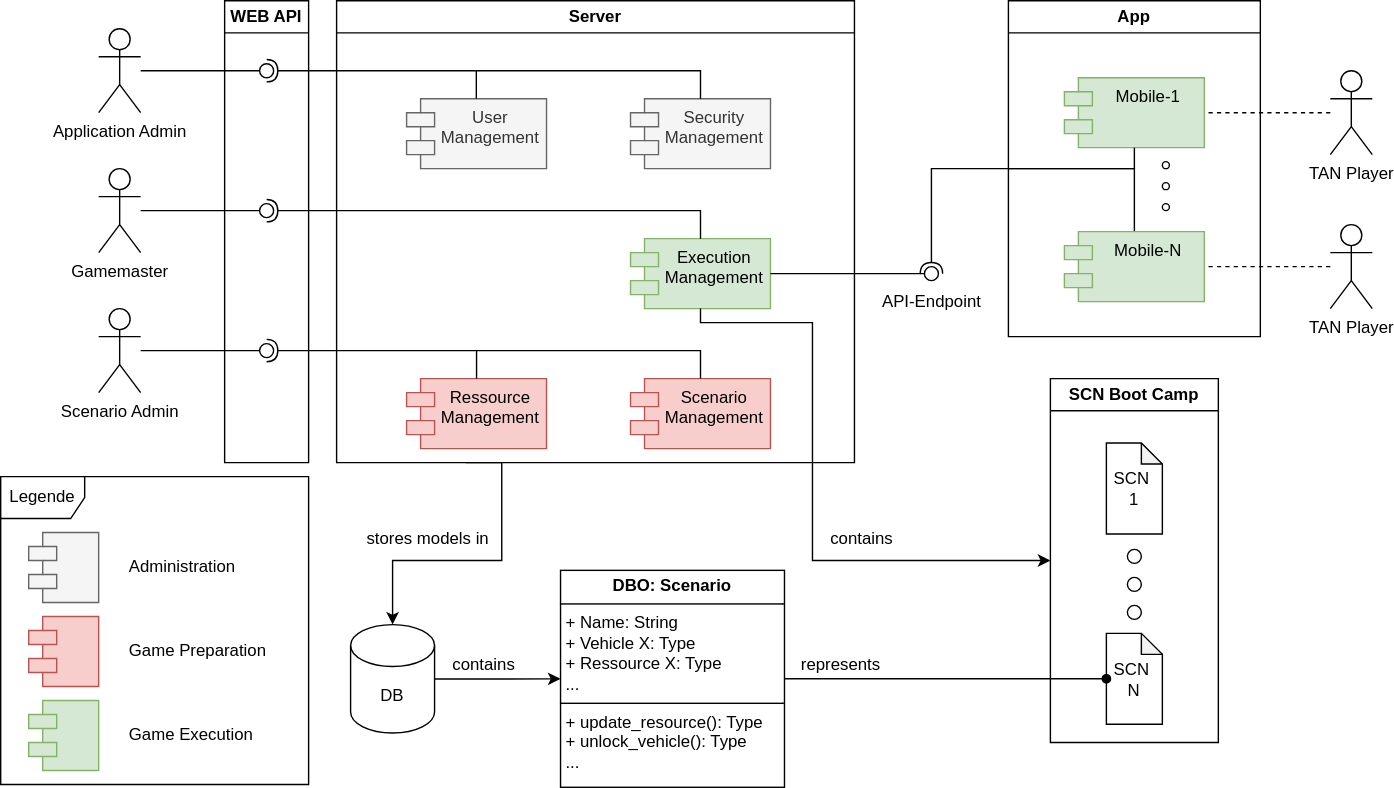
Earlier version of the draw.io export doc/server/component_diagram.svg (MANVSim/MANVSim). Source tidied: cells renumbered, new cells last; positions are measured from the earlier drawing's top-left corner, leaving out a move shared by most shapes.
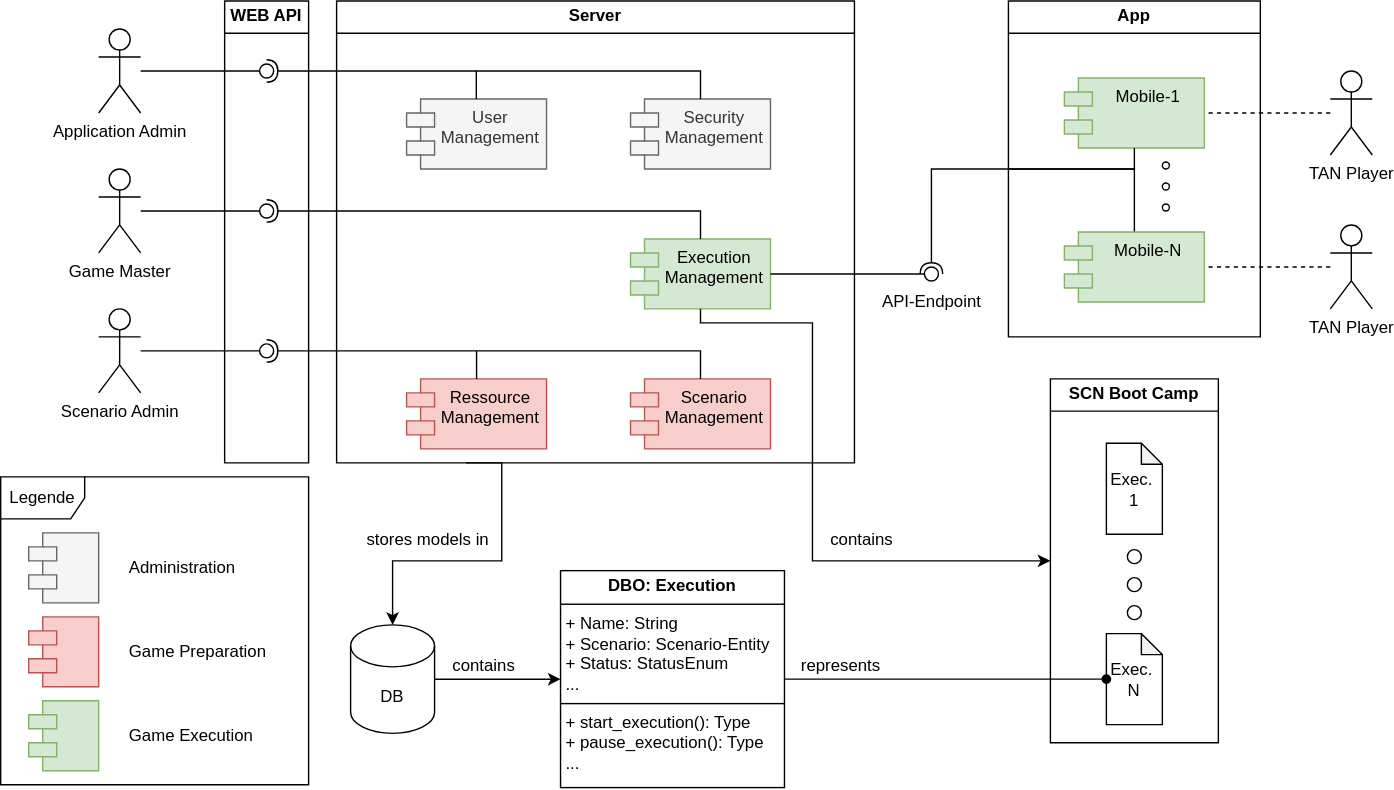
After the change.

Diff of the diagram source:
```diff
@@ -71,7 +71,7 @@
     <mxCell id="18" value="Execution Management" style="shape=module;align=left;spacingLeft=20;align=center;verticalAlign=top;whiteSpace=wrap;html=1;fillColor=#d5e8d4;strokeColor=#82b366;" parent="3" vertex="1">
       <mxGeometry x="210" y="170" width="100" height="50" as="geometry" />
     </mxCell>
-    <mxCell id="19" value="Gamemaster" style="shape=umlActor;verticalLabelPosition=bottom;verticalAlign=top;html=1;outlineConnect=0;" parent="3" vertex="1">
+    <mxCell id="19" value="Game Master" style="shape=umlActor;verticalLabelPosition=bottom;verticalAlign=top;html=1;outlineConnect=0;" parent="3" vertex="1">
       <mxGeometry x="-170" y="120" width="30" height="60" as="geometry" />
     </mxCell>
     <mxCell id="20" style="ellipse;whiteSpace=wrap;html=1;align=center;fillColor=none;strokeColor=none;perimeter=centerPerimeter;points=[];outlineConnect=1;" parent="3" vertex="1">
@@ -99,7 +99,7 @@
     <mxCell id="26" value="contains" style="text;html=1;align=center;verticalAlign=middle;strokeColor=none;fillColor=none;" parent="1" vertex="1">
       <mxGeometry x="580" y="370" width="70" height="30" as="geometry" />
     </mxCell>
-    <mxCell id="27" value="&lt;p style=&quot;margin:0px;margin-top:4px;text-align:center;&quot;&gt;&lt;b&gt;DBO: Scenario&lt;/b&gt;&lt;/p&gt;&lt;hr size=&quot;1&quot; style=&quot;border-style:solid;&quot;&gt;&lt;p style=&quot;margin:0px;margin-left:4px;&quot;&gt;+ Name: String&lt;/p&gt;&lt;p style=&quot;margin:0px;margin-left:4px;&quot;&gt;+ Vehicle X: Type&lt;/p&gt;&lt;p style=&quot;margin:0px;margin-left:4px;&quot;&gt;+ Ressource X: Type&lt;/p&gt;&lt;p style=&quot;margin:0px;margin-left:4px;&quot;&gt;...&lt;/p&gt;&lt;hr size=&quot;1&quot; style=&quot;border-style:solid;&quot;&gt;&lt;p style=&quot;margin:0px;margin-left:4px;&quot;&gt;+ update_resource(): Type&lt;/p&gt;&lt;p style=&quot;margin:0px;margin-left:4px;&quot;&gt;+ unlock_vehicle(): Type&lt;/p&gt;&lt;p style=&quot;margin:0px;margin-left:4px;&quot;&gt;...&lt;/p&gt;" style="verticalAlign=top;align=left;overflow=fill;html=1;whiteSpace=wrap;" parent="1" vertex="1">
+    <mxCell id="27" value="&lt;p style=&quot;margin:0px;margin-top:4px;text-align:center;&quot;&gt;&lt;b&gt;DBO: Execution&lt;/b&gt;&lt;/p&gt;&lt;hr size=&quot;1&quot; style=&quot;border-style:solid;&quot;&gt;&lt;p style=&quot;margin:0px;margin-left:4px;&quot;&gt;+ Name: String&lt;/p&gt;&lt;p style=&quot;margin:0px;margin-left:4px;&quot;&gt;+ Scenario: Scenario-Entity&lt;/p&gt;&lt;p style=&quot;margin:0px;margin-left:4px;&quot;&gt;+ Status: StatusEnum&lt;/p&gt;&lt;p style=&quot;margin:0px;margin-left:4px;&quot;&gt;...&lt;/p&gt;&lt;hr size=&quot;1&quot; style=&quot;border-style:solid;&quot;&gt;&lt;p style=&quot;margin:0px;margin-left:4px;&quot;&gt;+ start_execution(): Type&lt;/p&gt;&lt;p style=&quot;margin:0px;margin-left:4px;&quot;&gt;+ pause_execution(): Type&lt;/p&gt;&lt;p style=&quot;margin:0px;margin-left:4px;&quot;&gt;...&lt;/p&gt;" style="verticalAlign=top;align=left;overflow=fill;html=1;whiteSpace=wrap;" parent="1" vertex="1">
       <mxGeometry x="400" y="407" width="160" height="155" as="geometry" />
     </mxCell>
     <mxCell id="28" value="App" style="swimlane;whiteSpace=wrap;html=1;" parent="1" vertex="1">
@@ -178,10 +178,10 @@
     <mxCell id="48" value="SCN Boot Camp" style="swimlane;whiteSpace=wrap;html=1;" parent="1" vertex="1">
       <mxGeometry x="750" y="270" width="120" height="260" as="geometry" />
     </mxCell>
-    <mxCell id="49" value="SCN&amp;nbsp;&lt;div&gt;N&lt;/div&gt;" style="shape=note;whiteSpace=wrap;html=1;backgroundOutline=1;darkOpacity=0.05;size=15;rotation=0;" parent="48" vertex="1">
+    <mxCell id="49" value="Exec.&amp;nbsp;&lt;div&gt;N&lt;/div&gt;" style="shape=note;whiteSpace=wrap;html=1;backgroundOutline=1;darkOpacity=0.05;size=15;rotation=0;" parent="48" vertex="1">
       <mxGeometry x="40" y="182" width="40" height="65" as="geometry" />
     </mxCell>
-    <mxCell id="50" value="SCN&amp;nbsp;&lt;div&gt;1&lt;/div&gt;" style="shape=note;whiteSpace=wrap;html=1;backgroundOutline=1;darkOpacity=0.05;size=15;rotation=0;" parent="48" vertex="1">
+    <mxCell id="50" value="Exec.&amp;nbsp;&lt;div&gt;1&lt;/div&gt;" style="shape=note;whiteSpace=wrap;html=1;backgroundOutline=1;darkOpacity=0.05;size=15;rotation=0;" parent="48" vertex="1">
       <mxGeometry x="40" y="46" width="40" height="65" as="geometry" />
     </mxCell>
     <mxCell id="51" style="ellipse;whiteSpace=wrap;html=1;rotation=-180;" parent="48" vertex="1">
```
